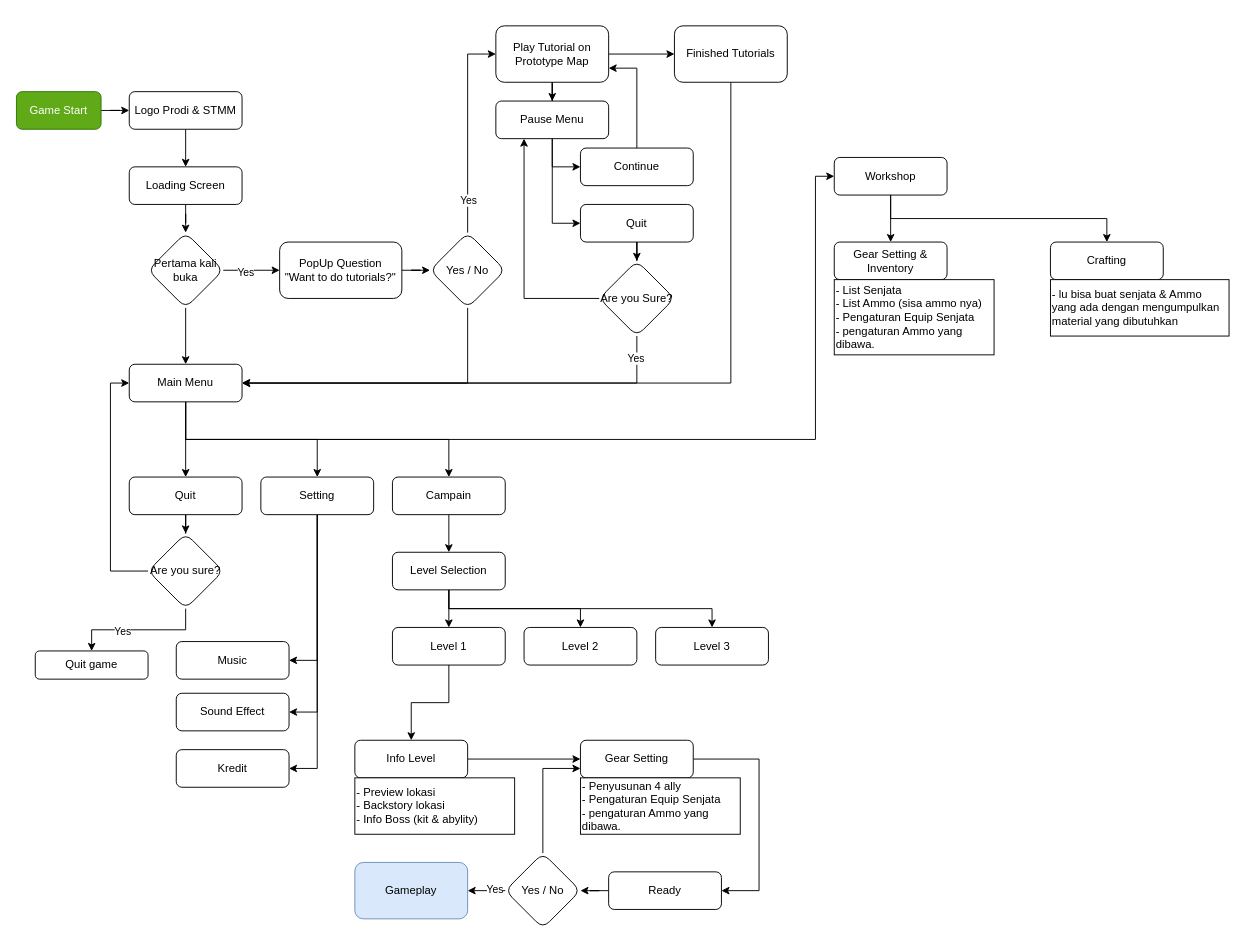
Earlier version of the draw.io diagram Game Flowchat.drawio (RioEka/S5). Source tidied: cells renumbered, new cells numbered last; positions are measured from the earlier drawing's top-left corner, leaving out a move shared by most shapes. Both pictures are drawn from the tidied source at 94%, with x=0, y=0 at pixel (16, 25).
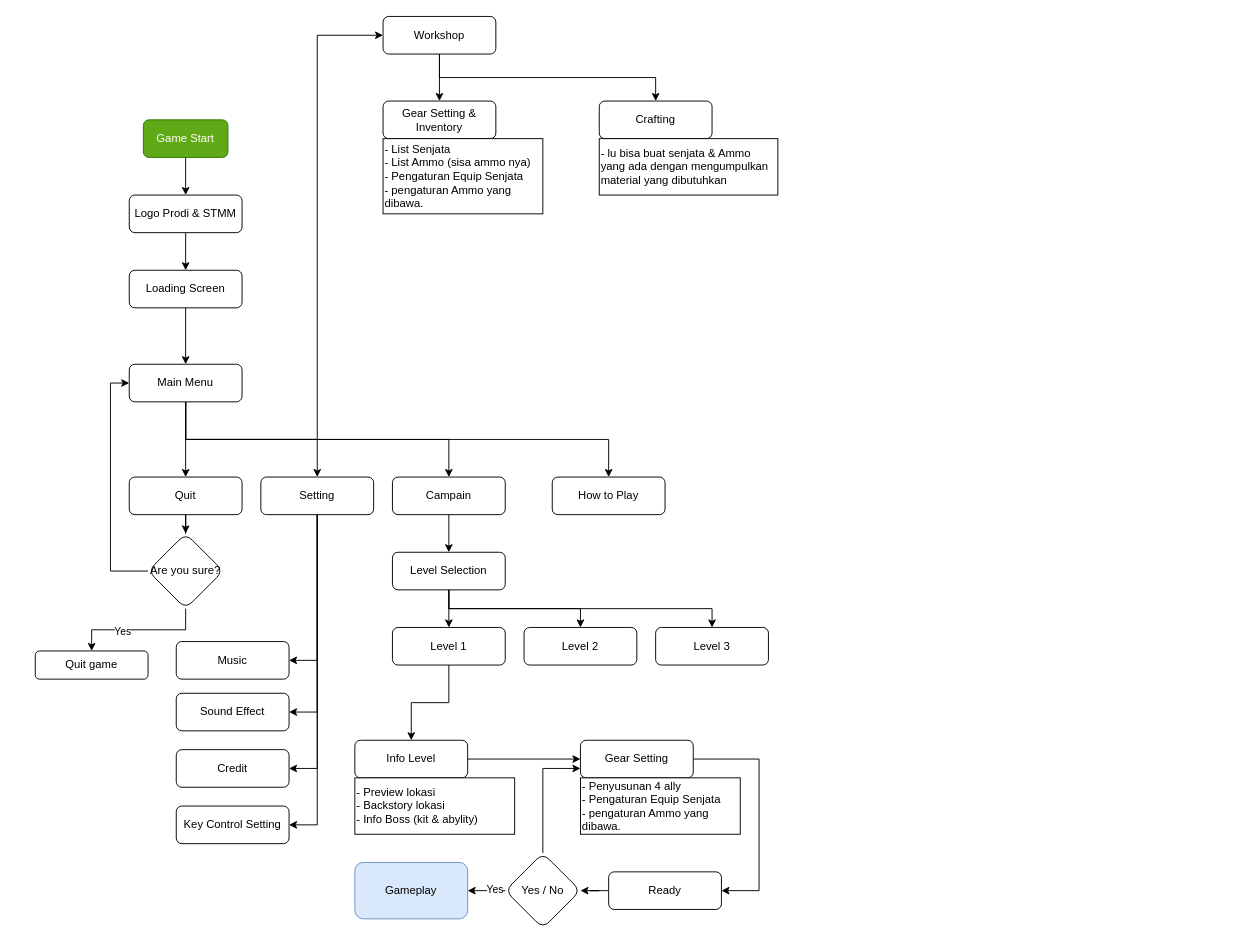
After the change.

Unchanged cells that the change refers to:
```xml
<mxCell id="12" value="Main Menu" style="rounded=1;whiteSpace=wrap;html=1;fontSize=12;glass=0;strokeWidth=1;shadow=0;" parent="1" vertex="1">
  <mxGeometry x="120" y="360" width="120" height="40" as="geometry" />
</mxCell>
<mxCell id="16" value="Setting" style="rounded=1;whiteSpace=wrap;html=1;fontSize=12;glass=0;strokeWidth=1;shadow=0;" parent="1" vertex="1">
  <mxGeometry x="260" y="480" width="120" height="40" as="geometry" />
</mxCell>
```

Change to the diagram source:
```diff
@@
     <mxCell id="3" value="Game Start&lt;br&gt;" style="rounded=1;whiteSpace=wrap;html=1;fontSize=12;glass=0;strokeWidth=1;shadow=0;fillColor=#60a917;strokeColor=#2D7600;fontColor=#ffffff;" parent="1" vertex="1">
-      <mxGeometry y="70" width="90" height="40" as="geometry" />
+      <mxGeometry x="135" y="100" width="90" height="40" as="geometry" />
     </mxCell>
@@
     <mxCell id="5" value="Logo Prodi &amp;amp; STMM" style="rounded=1;whiteSpace=wrap;html=1;fontSize=12;glass=0;strokeWidth=1;shadow=0;" parent="1" vertex="1">
-      <mxGeometry x="120" y="70" width="120" height="40" as="geometry" />
+      <mxGeometry x="120" y="180" width="120" height="40" as="geometry" />
     </mxCell>
-    <mxCell id="6" style="edgeStyle=orthogonalEdgeStyle;rounded=0;jettySize=auto;html=1;" parent="1" edge="1" source="7" target="49">
-      <mxGeometry relative="1" as="geometry" />
-    </mxCell>
+    <mxCell id="83" style="edgeStyle=orthogonalEdgeStyle;rounded=0;jettySize=auto;html=1;" parent="1" edge="1" source="7" target="12">
+      <mxGeometry relative="1" as="geometry" />
+    </mxCell>
     <mxCell id="7" value="Loading Screen" style="rounded=1;whiteSpace=wrap;html=1;fontSize=12;glass=0;strokeWidth=1;shadow=0;" parent="1" vertex="1">
-      <mxGeometry x="120" y="150" width="120" height="40" as="geometry" />
+      <mxGeometry x="120" y="260" width="120" height="40" as="geometry" />
     </mxCell>
@@
     <mxCell id="11" style="edgeStyle=orthogonalEdgeStyle;rounded=0;jettySize=auto;html=1;exitX=0.5;exitY=1;exitDx=0;exitDy=0;entryX=0;entryY=0.5;entryDx=0;entryDy=0;" parent="1" edge="1" source="12" target="41">
       <mxGeometry relative="1" as="geometry">
         <Array as="points">
           <mxPoint x="180" y="440" />
-          <mxPoint x="850" y="440" />
-          <mxPoint x="850" y="160" />
+          <mxPoint x="320" y="440" />
+          <mxPoint x="320" y="10" />
         </Array>
       </mxGeometry>
     </mxCell>
+    <mxCell id="84" style="edgeStyle=orthogonalEdgeStyle;rounded=0;jettySize=auto;html=1;exitX=0.5;exitY=1;exitDx=0;exitDy=0;entryX=0.5;entryY=0;entryDx=0;entryDy=0;" parent="1" edge="1" source="12" target="87">
+      <mxGeometry relative="1" as="geometry" />
+    </mxCell>
@@
+    <mxCell id="85" style="edgeStyle=orthogonalEdgeStyle;rounded=0;jettySize=auto;html=1;exitX=0.5;exitY=1;exitDx=0;exitDy=0;entryX=1;entryY=0.5;entryDx=0;entryDy=0;" parent="1" edge="1" source="16" target="86">
+      <mxGeometry relative="1" as="geometry" />
+    </mxCell>
@@
-    <mxCell id="36" value="Kredit" style="rounded=1;whiteSpace=wrap;html=1;fontSize=12;glass=0;strokeWidth=1;shadow=0;" parent="1" vertex="1">
+    <mxCell id="36" value="Credit" style="rounded=1;whiteSpace=wrap;html=1;fontSize=12;glass=0;strokeWidth=1;shadow=0;" parent="1" vertex="1">
       <mxGeometry x="170" y="770" width="120" height="40" as="geometry" />
     </mxCell>
@@
     <mxCell id="41" value="Workshop" style="rounded=1;whiteSpace=wrap;html=1;fontSize=12;glass=0;strokeWidth=1;shadow=0;" parent="1" vertex="1">
-      <mxGeometry x="870" y="140" width="120" height="40" as="geometry" />
+      <mxGeometry x="390" y="-10" width="120" height="40" as="geometry" />
     </mxCell>
@@
-    <mxCell id="46" style="edgeStyle=orthogonalEdgeStyle;rounded=0;jettySize=auto;html=1;" parent="1" edge="1" source="49" target="12">
-      <mxGeometry relative="1" as="geometry" />
-    </mxCell>
-    <mxCell id="47" style="edgeStyle=orthogonalEdgeStyle;rounded=0;jettySize=auto;html=1;" parent="1" edge="1" source="49" target="51">
-      <mxGeometry relative="1" as="geometry" />
+    <mxCell id="47" style="edgeStyle=orthogonalEdgeStyle;rounded=0;orthogonalLoop=1;jettySize=auto;html=1;" parent="1" edge="1">
+      <mxGeometry relative="1" as="geometry">
+        <mxPoint x="220" y="260" as="sourcePoint" />
+      </mxGeometry>
     </mxCell>
-    <mxCell id="48" value="Yes" style="edgeLabel;html=1;align=center;verticalAlign=middle;" parent="47" vertex="1">
-      <mxGeometry x="-0.23" y="-2" relative="1" as="geometry" />
-    </mxCell>
-    <mxCell id="49" value="Pertama kali buka" style="rhombus;whiteSpace=wrap;html=1;rounded=1;glass=0;strokeWidth=1;shadow=0;" parent="1" vertex="1">
-      <mxGeometry x="140" y="220" width="80" height="80" as="geometry" />
-    </mxCell>
-    <mxCell id="50" style="edgeStyle=orthogonalEdgeStyle;rounded=0;jettySize=auto;html=1;" parent="1" edge="1" source="51" target="55">
-      <mxGeometry relative="1" as="geometry" />
+    <mxCell id="50" style="edgeStyle=orthogonalEdgeStyle;rounded=0;orthogonalLoop=1;jettySize=auto;html=1;" parent="1" edge="1">
+      <mxGeometry relative="1" as="geometry">
+        <mxPoint x="410" y="260" as="sourcePoint" />
+      </mxGeometry>
     </mxCell>
-    <mxCell id="51" value="PopUp Question&lt;br&gt;&quot;Want to do tutorials?&lt;span style=&quot;background-color: initial;&quot;&gt;&quot;&lt;/span&gt;" style="whiteSpace=wrap;html=1;rounded=1;glass=0;strokeWidth=1;shadow=0;" parent="1" vertex="1">
-      <mxGeometry x="280" y="230" width="130" height="60" as="geometry" />
-    </mxCell>
-    <mxCell id="52" style="edgeStyle=orthogonalEdgeStyle;rounded=0;jettySize=auto;html=1;exitX=0.5;exitY=1;exitDx=0;exitDy=0;entryX=1;entryY=0.5;entryDx=0;entryDy=0;" parent="1" edge="1" source="55" target="12">
-      <mxGeometry relative="1" as="geometry" />
-    </mxCell>
-    <mxCell id="53" style="edgeStyle=orthogonalEdgeStyle;rounded=0;jettySize=auto;html=1;exitX=0.5;exitY=0;exitDx=0;exitDy=0;entryX=0;entryY=0.5;entryDx=0;entryDy=0;" parent="1" edge="1" source="55" target="58">
-      <mxGeometry relative="1" as="geometry" />
+    <mxCell id="53" style="edgeStyle=orthogonalEdgeStyle;rounded=0;orthogonalLoop=1;jettySize=auto;html=1;exitX=0.5;exitY=0;exitDx=0;exitDy=0;entryX=0;entryY=0.5;entryDx=0;entryDy=0;" parent="1" edge="1">
+      <mxGeometry relative="1" as="geometry">
+        <mxPoint x="480" y="220" as="sourcePoint" />
+      </mxGeometry>
     </mxCell>
-    <mxCell id="54" value="Yes" style="edgeLabel;html=1;align=center;verticalAlign=middle;" parent="53" vertex="1">
-      <mxGeometry x="-0.68" relative="1" as="geometry" />
-    </mxCell>
-    <mxCell id="55" value="Yes / No" style="rhombus;whiteSpace=wrap;html=1;rounded=1;glass=0;strokeWidth=1;shadow=0;" parent="1" vertex="1">
-      <mxGeometry x="440" y="220" width="80" height="80" as="geometry" />
-    </mxCell>
-    <mxCell id="56" style="edgeStyle=orthogonalEdgeStyle;rounded=0;jettySize=auto;html=1;" parent="1" edge="1" source="58" target="60">
-      <mxGeometry relative="1" as="geometry" />
+    <mxCell id="56" style="edgeStyle=orthogonalEdgeStyle;rounded=0;orthogonalLoop=1;jettySize=auto;html=1;" parent="1" edge="1">
+      <mxGeometry relative="1" as="geometry">
+        <mxPoint x="630" y="30" as="sourcePoint" />
+      </mxGeometry>
     </mxCell>
-    <mxCell id="57" style="edgeStyle=orthogonalEdgeStyle;rounded=0;jettySize=auto;html=1;" parent="1" edge="1" source="58" target="63">
-      <mxGeometry relative="1" as="geometry" />
+    <mxCell id="57" style="edgeStyle=orthogonalEdgeStyle;rounded=0;orthogonalLoop=1;jettySize=auto;html=1;" parent="1" edge="1">
+      <mxGeometry relative="1" as="geometry">
+        <mxPoint x="570" y="80" as="targetPoint" />
+      </mxGeometry>
     </mxCell>
-    <mxCell id="58" value="Play Tutorial on Prototype Map" style="whiteSpace=wrap;html=1;rounded=1;glass=0;strokeWidth=1;shadow=0;" parent="1" vertex="1">
-      <mxGeometry x="510" width="120" height="60" as="geometry" />
-    </mxCell>
-    <mxCell id="59" style="edgeStyle=orthogonalEdgeStyle;rounded=0;jettySize=auto;html=1;exitX=0.5;exitY=1;exitDx=0;exitDy=0;entryX=1;entryY=0.5;entryDx=0;entryDy=0;" parent="1" edge="1" source="60" target="12">
-      <mxGeometry relative="1" as="geometry" />
-    </mxCell>
-    <mxCell id="60" value="Finished Tutorials" style="whiteSpace=wrap;html=1;rounded=1;glass=0;strokeWidth=1;shadow=0;" parent="1" vertex="1">
-      <mxGeometry x="700" width="120" height="60" as="geometry" />
-    </mxCell>
-    <mxCell id="61" style="edgeStyle=orthogonalEdgeStyle;rounded=0;jettySize=auto;html=1;exitX=0.5;exitY=1;exitDx=0;exitDy=0;entryX=0;entryY=0.5;entryDx=0;entryDy=0;" parent="1" edge="1" source="63" target="65">
-      <mxGeometry relative="1" as="geometry" />
+    <mxCell id="61" style="edgeStyle=orthogonalEdgeStyle;rounded=0;orthogonalLoop=1;jettySize=auto;html=1;exitX=0.5;exitY=1;exitDx=0;exitDy=0;entryX=0;entryY=0.5;entryDx=0;entryDy=0;" parent="1" edge="1">
+      <mxGeometry relative="1" as="geometry">
+        <mxPoint x="570" y="120" as="sourcePoint" />
+      </mxGeometry>
     </mxCell>
-    <mxCell id="62" style="edgeStyle=orthogonalEdgeStyle;rounded=0;jettySize=auto;html=1;exitX=0.5;exitY=1;exitDx=0;exitDy=0;entryX=0;entryY=0.5;entryDx=0;entryDy=0;" parent="1" edge="1" source="63" target="67">
-      <mxGeometry relative="1" as="geometry" />
+    <mxCell id="62" style="edgeStyle=orthogonalEdgeStyle;rounded=0;orthogonalLoop=1;jettySize=auto;html=1;exitX=0.5;exitY=1;exitDx=0;exitDy=0;entryX=0;entryY=0.5;entryDx=0;entryDy=0;" parent="1" edge="1">
+      <mxGeometry relative="1" as="geometry">
+        <mxPoint x="570" y="120" as="sourcePoint" />
+      </mxGeometry>
     </mxCell>
-    <mxCell id="63" value="Pause Menu" style="whiteSpace=wrap;html=1;rounded=1;glass=0;strokeWidth=1;shadow=0;" parent="1" vertex="1">
-      <mxGeometry x="510" y="80" width="120" height="40" as="geometry" />
-    </mxCell>
-    <mxCell id="64" style="edgeStyle=orthogonalEdgeStyle;rounded=0;jettySize=auto;html=1;exitX=0.5;exitY=0;exitDx=0;exitDy=0;entryX=1;entryY=0.75;entryDx=0;entryDy=0;" parent="1" edge="1" source="65" target="58">
-      <mxGeometry relative="1" as="geometry" />
+    <mxCell id="64" style="edgeStyle=orthogonalEdgeStyle;rounded=0;orthogonalLoop=1;jettySize=auto;html=1;exitX=0.5;exitY=0;exitDx=0;exitDy=0;entryX=1;entryY=0.75;entryDx=0;entryDy=0;" parent="1" edge="1">
+      <mxGeometry relative="1" as="geometry">
+        <mxPoint x="630" y="45" as="targetPoint" />
+      </mxGeometry>
     </mxCell>
-    <mxCell id="65" value="Continue" style="whiteSpace=wrap;html=1;rounded=1;glass=0;strokeWidth=1;shadow=0;" parent="1" vertex="1">
-      <mxGeometry x="600" y="130" width="120" height="40" as="geometry" />
-    </mxCell>
-    <mxCell id="66" style="edgeStyle=orthogonalEdgeStyle;rounded=0;jettySize=auto;html=1;" parent="1" edge="1" source="67" target="71">
-      <mxGeometry relative="1" as="geometry" />
+    <mxCell id="66" style="edgeStyle=orthogonalEdgeStyle;rounded=0;orthogonalLoop=1;jettySize=auto;html=1;" parent="1" edge="1">
+      <mxGeometry relative="1" as="geometry">
+        <mxPoint x="660" y="230" as="sourcePoint" />
+      </mxGeometry>
     </mxCell>
-    <mxCell id="67" value="Quit" style="whiteSpace=wrap;html=1;rounded=1;glass=0;strokeWidth=1;shadow=0;" parent="1" vertex="1">
-      <mxGeometry x="600" y="190" width="120" height="40" as="geometry" />
-    </mxCell>
-    <mxCell id="68" style="edgeStyle=orthogonalEdgeStyle;rounded=0;jettySize=auto;html=1;exitX=0;exitY=0.5;exitDx=0;exitDy=0;entryX=0.25;entryY=1;entryDx=0;entryDy=0;" parent="1" edge="1" source="71" target="63">
-      <mxGeometry relative="1" as="geometry" />
+    <mxCell id="68" style="edgeStyle=orthogonalEdgeStyle;rounded=0;orthogonalLoop=1;jettySize=auto;html=1;exitX=0;exitY=0.5;exitDx=0;exitDy=0;entryX=0.25;entryY=1;entryDx=0;entryDy=0;" parent="1" edge="1">
+      <mxGeometry relative="1" as="geometry">
+        <mxPoint x="540" y="120" as="targetPoint" />
+      </mxGeometry>
     </mxCell>
-    <mxCell id="69" style="edgeStyle=orthogonalEdgeStyle;rounded=0;jettySize=auto;html=1;exitX=0.5;exitY=1;exitDx=0;exitDy=0;entryX=1;entryY=0.5;entryDx=0;entryDy=0;" parent="1" edge="1" source="71" target="12">
-      <mxGeometry relative="1" as="geometry" />
-    </mxCell>
-    <mxCell id="70" value="Yes" style="edgeLabel;html=1;align=center;verticalAlign=middle;" parent="69" vertex="1">
-      <mxGeometry x="-0.9" y="-2" relative="1" as="geometry" />
-    </mxCell>
-    <mxCell id="71" value="Are you Sure?" style="rhombus;whiteSpace=wrap;html=1;rounded=1;glass=0;strokeWidth=1;shadow=0;" parent="1" vertex="1">
-      <mxGeometry x="620" y="250" width="80" height="80" as="geometry" />
-    </mxCell>
@@
     <mxCell id="79" value="Gear Setting &amp;amp; Inventory" style="rounded=1;whiteSpace=wrap;html=1;fontSize=12;glass=0;strokeWidth=1;shadow=0;" parent="1" vertex="1">
-      <mxGeometry x="870" y="230" width="120" height="40" as="geometry" />
+      <mxGeometry x="390" y="80" width="120" height="40" as="geometry" />
     </mxCell>
     <mxCell id="80" value="- List Senjata&lt;br&gt;- List Ammo (sisa ammo nya)&lt;br&gt;- Pengaturan Equip Senjata&lt;br style=&quot;border-color: var(--border-color);&quot;&gt;- pengaturan Ammo yang dibawa." style="rounded=0;whiteSpace=wrap;html=1;align=left;" parent="1" vertex="1">
-      <mxGeometry x="870" y="270" width="170" height="80" as="geometry" />
+      <mxGeometry x="390" y="120" width="170" height="80" as="geometry" />
     </mxCell>
     <mxCell id="81" value="Crafting" style="rounded=1;whiteSpace=wrap;html=1;fontSize=12;glass=0;strokeWidth=1;shadow=0;" parent="1" vertex="1">
-      <mxGeometry x="1100" y="230" width="120" height="40" as="geometry" />
+      <mxGeometry x="620" y="80" width="120" height="40" as="geometry" />
     </mxCell>
     <mxCell id="82" value="- lu bisa buat senjata &amp;amp; Ammo yang ada dengan mengumpulkan material yang dibutuhkan" style="rounded=0;whiteSpace=wrap;html=1;align=left;" parent="1" vertex="1">
-      <mxGeometry x="1100" y="270" width="190" height="60" as="geometry" />
+      <mxGeometry x="620" y="120" width="190" height="60" as="geometry" />
     </mxCell>
+    <mxCell id="86" value="Key Control Setting" style="rounded=1;whiteSpace=wrap;html=1;fontSize=12;glass=0;strokeWidth=1;shadow=0;" parent="1" vertex="1">
+      <mxGeometry x="170" y="830" width="120" height="40" as="geometry" />
+    </mxCell>
+    <mxCell id="87" value="How to Play" style="rounded=1;whiteSpace=wrap;html=1;fontSize=12;glass=0;strokeWidth=1;shadow=0;" parent="1" vertex="1">
+      <mxGeometry x="570" y="480" width="120" height="40" as="geometry" />
+    </mxCell>
```
